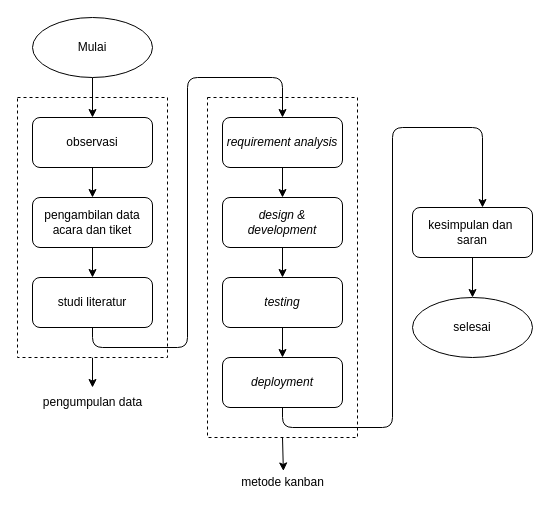
aliifam/final-project keeps this draw.io diagram as diagram/raw/tahapan.drawio. Above is the earlier version. Source tidied: cells renumbered, new cells numbered last; positions are measured from the earlier drawing's top-left corner, leaving out a move shared by most shapes. Both pictures are drawn from the tidied source at 100%, with x=0, y=0 at pixel (17, 17).
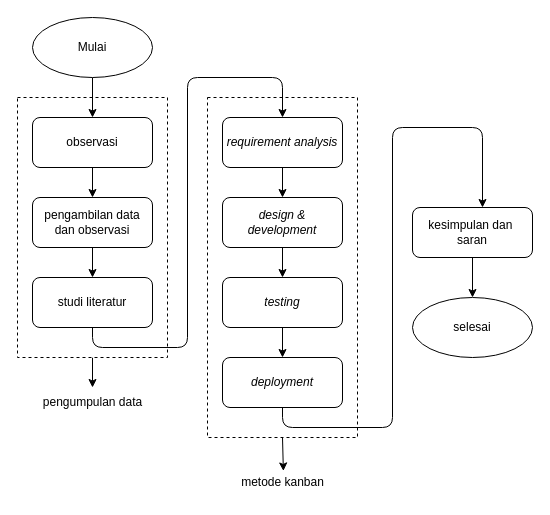
Above is the later version.

Change to the diagram source:
```diff
@@
-    <mxCell id="9" value="pengambilan data acara dan tiket" style="rounded=1;whiteSpace=wrap;html=1;" parent="1" vertex="1">
+    <mxCell id="9" value="pengambilan data dan observasi" style="rounded=1;whiteSpace=wrap;html=1;" parent="1" vertex="1">
       <mxGeometry x="15" y="180" width="120" height="50" as="geometry" />
     </mxCell>
```
